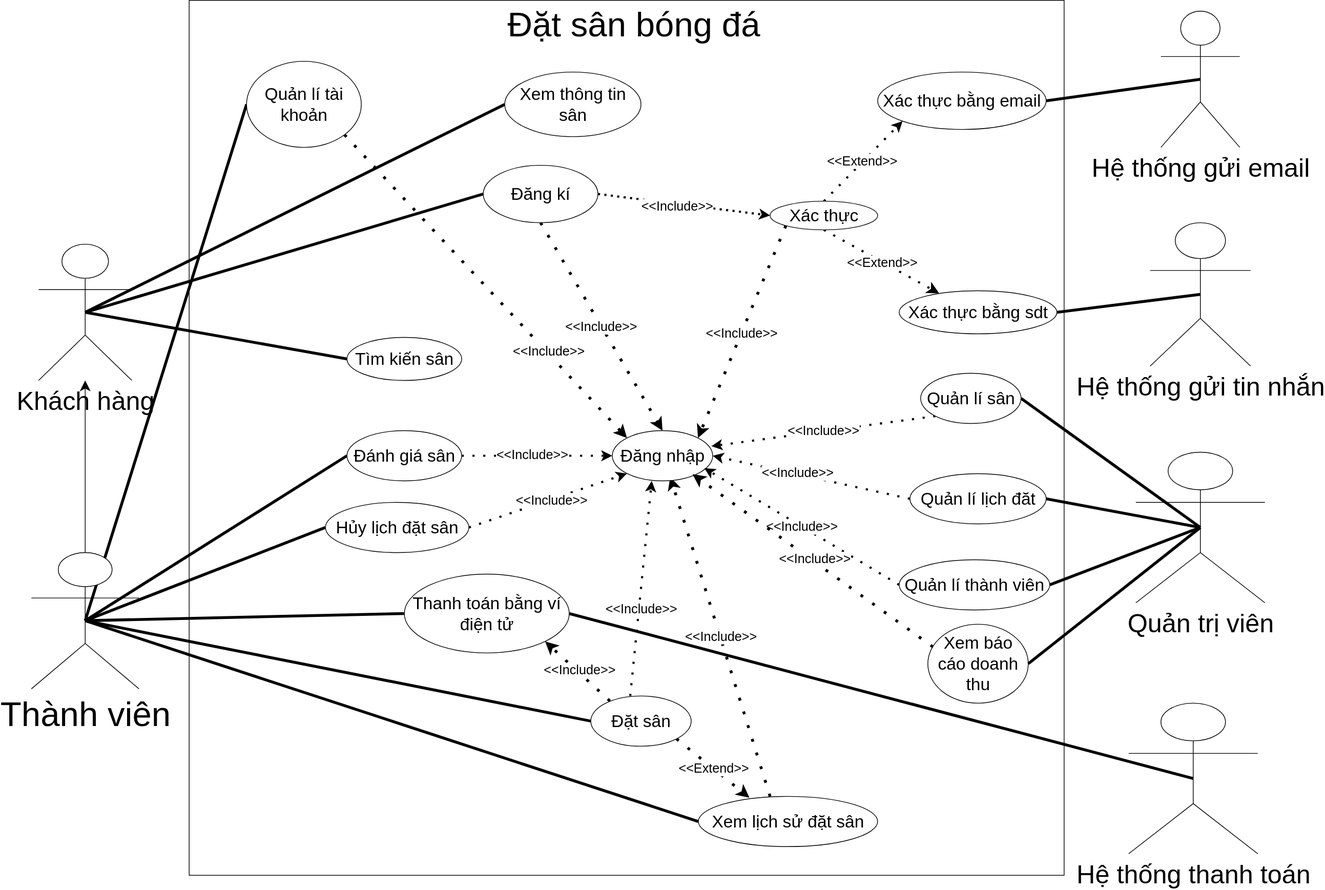
imfakebot/DACSII-BE keeps this draw.io diagram as docs/Use-case-diagram.drawio.svg. Above is the earlier version. Source tidied: cells renumbered, new cells last; positions are measured from the earlier drawing's top-left corner, leaving out a move shared by most shapes.
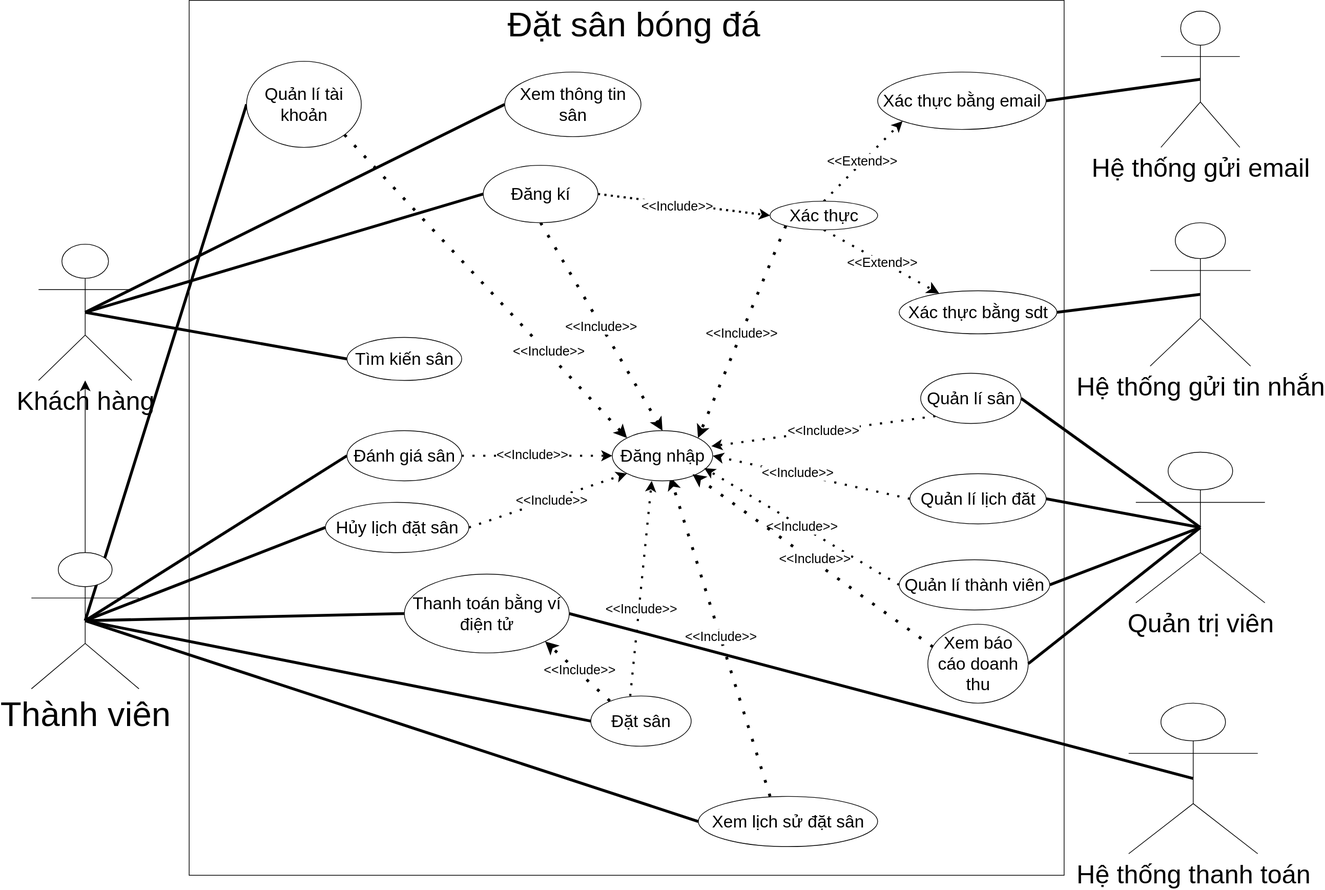
After the commit.

The edit, as a diff of the source:
```diff
@@ -160,12 +160,6 @@
     <mxCell id="49" value="&lt;font style=&quot;font-size: 18px;&quot;&gt;&amp;lt;&amp;lt;Include&amp;gt;&amp;gt;&lt;/font&gt;" style="edgeLabel;html=1;align=center;verticalAlign=middle;" parent="48" vertex="1">
       <mxGeometry x="0.01" y="-3" relative="1" as="geometry" />
     </mxCell>
-    <mxCell id="50" style="rounded=0;jettySize=auto;html=1;exitX=1;exitY=1;exitDx=0;exitDy=0;entryX=0.285;entryY=0.027;entryDx=0;entryDy=0;dashed=1;dashPattern=1 4;strokeWidth=4;entryPerimeter=0;" parent="1" edge="1" source="52" target="44">
-      <mxGeometry relative="1" as="geometry" />
-    </mxCell>
-    <mxCell id="51" value="&lt;font style=&quot;font-size: 18px;&quot;&gt;&amp;lt;&amp;lt;Extend&amp;gt;&amp;gt;&lt;/font&gt;" style="edgeLabel;html=1;align=center;verticalAlign=middle;" parent="50" vertex="1">
-      <mxGeometry x="-0.01" relative="1" as="geometry" />
-    </mxCell>
     <mxCell id="52" value="&lt;font style=&quot;font-size: 24px;&quot;&gt;Đặt sân&lt;/font&gt;" style="ellipse;whiteSpace=wrap;html=1;" parent="1" vertex="1">
       <mxGeometry x="780" y="970" width="140" height="70" as="geometry" />
     </mxCell>
```
